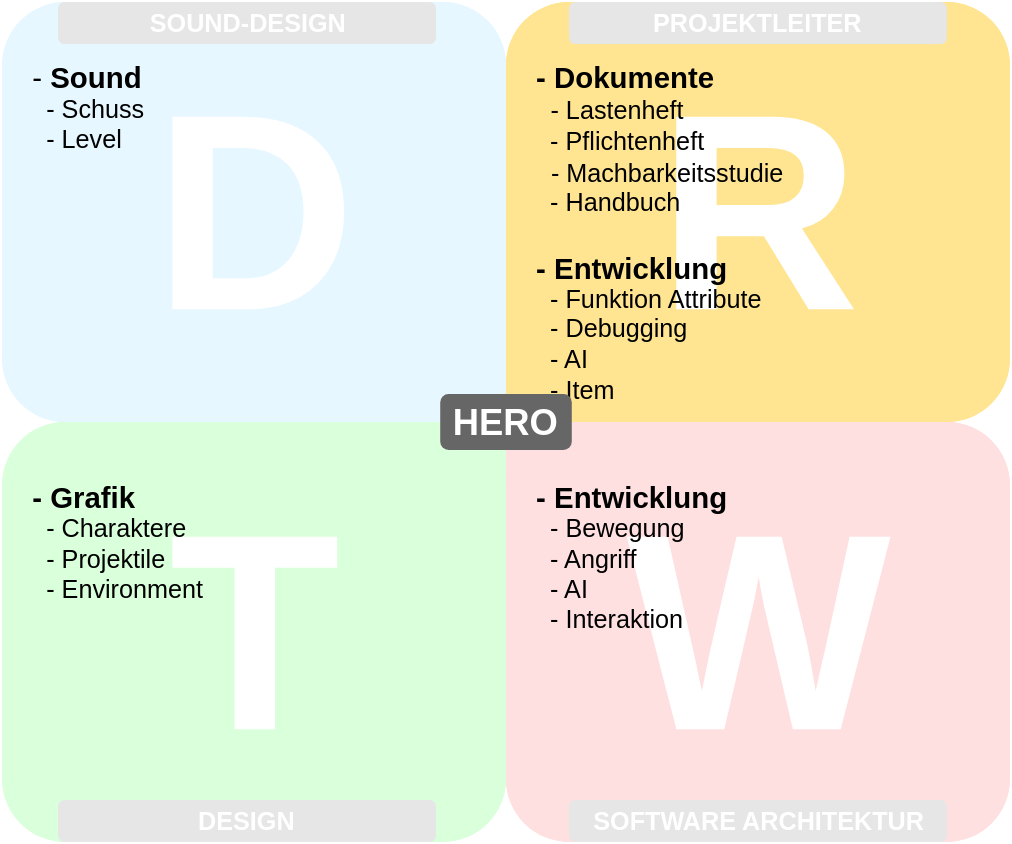
This is Documentation/presentation/imgs/Aufteilung.svg from mreichl-tgm/hero, a draw.io export, as it was before one commit. Source tidied: cells renumbered, new cells last; positions are measured from the earlier drawing's top-left corner, leaving out a move shared by most shapes. The source it was exported from:
```xml
<mxGraphModel background="#ffffff">
  <root>
    <mxCell id="0" style="html=1;" />
    <mxCell id="1" style="html=1;" parent="0" />
    <mxCell id="2" style="whiteSpace=wrap;strokeColor=none;fillColor=#E6F7FF;html=1;" parent="1" vertex="1">
      <mxGeometry x="240" y="240" width="120" height="60" as="geometry" />
    </mxCell>
    <mxCell id="3" style="whiteSpace=wrap;strokeColor=none;fillColor=#FFE591;html=1;" parent="1" vertex="1">
      <mxGeometry x="360" y="240" width="120" height="60" as="geometry" />
    </mxCell>
    <mxCell id="4" style="whiteSpace=wrap;strokeColor=none;fillColor=#D9FFDB;html=1;" parent="1" vertex="1">
      <mxGeometry x="240" y="300" width="120" height="60" as="geometry" />
    </mxCell>
    <mxCell id="5" style="whiteSpace=wrap;strokeColor=none;fillColor=#FFE0E0;html=1;" parent="1" vertex="1">
      <mxGeometry x="360" y="300" width="120" height="60" as="geometry" />
    </mxCell>
    <mxCell id="6" style="rounded=1;whiteSpace=wrap;fillColor=#E6F7FF;strokeColor=none;fontSize=200;fontStyle=1;fontColor=#FFFFFF;html=1;" parent="1" vertex="1">
      <mxGeometry width="360" height="300" as="geometry" />
    </mxCell>
    <mxCell id="7" style="rounded=1;whiteSpace=wrap;fillColor=#FFE591;strokeColor=none;fontSize=200;fontStyle=1;fontColor=#FFFFFF;html=1;" parent="1" vertex="1">
      <mxGeometry x="360" width="360" height="300" as="geometry" />
    </mxCell>
    <mxCell id="8" style="rounded=1;whiteSpace=wrap;fillColor=#D9FFDB;strokeColor=none;fontSize=200;fontStyle=1;fontColor=#FFFFFF;html=1;" parent="1" vertex="1">
      <mxGeometry y="300" width="360" height="300" as="geometry" />
    </mxCell>
    <mxCell id="9" style="rounded=1;whiteSpace=wrap;fillColor=#FFE0E0;strokeColor=none;fontSize=200;fontStyle=1;fontColor=#FFFFFF;html=1;" parent="1" vertex="1">
      <mxGeometry x="360" y="300" width="360" height="300" as="geometry" />
    </mxCell>
    <mxCell id="10" value="- internal strength 1&#10;- internal strength 2&#10;- internal strength 3&#10;- internal strength 4&#10;- internal strength 5&#10;- internal strength 6&#10;- internal strength 7&#10;- internal strength 8&#10;- internal strength 9&#10;- internal strength 10&#10;" style="text;spacingTop=-5;html=1;" parent="1" vertex="1">
      <mxGeometry x="20" y="40" width="320" height="240" as="geometry" />
    </mxCell>
    <mxCell id="11" value="- internal weakness 1&#10;- internal weakness 2&#10;- internal weakness 3&#10;- internal weakness 4&#10;- internal weakness 5&#10;- internal weakness 6&#10;- internal weakness 7&#10;- internal weakness 8&#10;- internal weakness 9&#10;- internal weakness 10&#10;" style="text;spacingTop=-5;html=1;" parent="1" vertex="1">
      <mxGeometry x="380" y="40" width="320" height="242.5" as="geometry" />
    </mxCell>
    <mxCell id="12" value="- external opportunity 1&#10;- external opportunity 2&#10;- external opportunity 3&#10;- external opportunity 4&#10;- external opportunity 5&#10;- external opportunity 6&#10;- external opportunity 7&#10;- external opportunity 8&#10;- external opportunity 9&#10;- external opportunity 10&#10;" style="text;spacingTop=-5;html=1;" parent="1" vertex="1">
      <mxGeometry x="20" y="320" width="320" height="260" as="geometry" />
    </mxCell>
    <mxCell id="13" value="- external threat 1&#10;- external threat 2&#10;- external threat 3&#10;- external threat 4&#10;- external threat 5&#10;- external threat 6&#10;- external threat 7&#10;- external threat 8&#10;- external threat 9&#10;- external threat 10&#10;" style="text;spacingTop=-5;html=1;" parent="1" vertex="1">
      <mxGeometry x="380" y="320" width="320" height="260" as="geometry" />
    </mxCell>
    <mxCell id="14" style="shape=trapezoid;whiteSpace=wrap;rotation=180;strokeColor=none;size=0.10133333333333333;html=1;" parent="1" vertex="1">
      <mxGeometry x="50" width="250" height="20" as="geometry" />
    </mxCell>
    <mxCell id="15" value="STRENGTHS" style="text;spacingTop=-5;align=center;fontStyle=1;fontColor=#ADB9BF;html=1;" parent="1" vertex="1">
      <mxGeometry x="50" width="250" height="20" as="geometry" />
    </mxCell>
    <mxCell id="16" style="shape=trapezoid;whiteSpace=wrap;rotation=180;strokeColor=none;size=0.10133333333333333;html=1;" parent="1" vertex="1">
      <mxGeometry x="415" width="250" height="20" as="geometry" />
    </mxCell>
    <mxCell id="17" value="WEAKNESSES" style="text;spacingTop=-5;align=center;fontStyle=1;fontColor=#C9B573;html=1;" parent="1" vertex="1">
      <mxGeometry x="415" width="250" height="20" as="geometry" />
    </mxCell>
    <mxCell id="18" style="shape=trapezoid;whiteSpace=wrap;rotation=0;strokeColor=none;size=0.10133333333333333;html=1;" parent="1" vertex="1">
      <mxGeometry x="50" y="580" width="250" height="20" as="geometry" />
    </mxCell>
    <mxCell id="19" value="STRENGTHS" style="text;spacingTop=-5;align=center;fontStyle=1;fontColor=#ABC9AD;html=1;" parent="1" vertex="1">
      <mxGeometry x="50" y="580" width="250" height="20" as="geometry" />
    </mxCell>
    <mxCell id="20" style="shape=trapezoid;whiteSpace=wrap;rotation=0;strokeColor=none;size=0.10133333333333333;html=1;" parent="1" vertex="1">
      <mxGeometry x="415" y="580" width="250" height="20" as="geometry" />
    </mxCell>
    <mxCell id="21" value="WEAKNESSES" style="text;spacingTop=-5;align=center;fontStyle=1;fontColor=#C9B1B1;html=1;" parent="1" vertex="1">
      <mxGeometry x="415" y="580" width="250" height="20" as="geometry" />
    </mxCell>
    <mxCell id="22" value="D" style="rounded=1;whiteSpace=wrap;fillColor=#E6F7FF;strokeColor=none;fontSize=200;fontStyle=1;fontColor=#FFFFFF;html=1;" parent="1" vertex="1">
      <mxGeometry width="360" height="300" as="geometry" />
    </mxCell>
    <mxCell id="23" value="R" style="rounded=1;whiteSpace=wrap;fillColor=#FFE591;strokeColor=none;fontSize=200;fontStyle=1;fontColor=#FFFFFF;html=1;" parent="1" vertex="1">
      <mxGeometry x="360" width="360" height="300" as="geometry" />
    </mxCell>
    <mxCell id="24" value="T" style="rounded=1;whiteSpace=wrap;fillColor=#D9FFDB;strokeColor=none;fontSize=200;fontStyle=1;fontColor=#FFFFFF;html=1;" parent="1" vertex="1">
      <mxGeometry y="300" width="360" height="300" as="geometry" />
    </mxCell>
    <mxCell id="25" value="W" style="rounded=1;whiteSpace=wrap;fillColor=#FFE0E0;strokeColor=none;fontSize=200;fontStyle=1;fontColor=#FFFFFF;html=1;" parent="1" vertex="1">
      <mxGeometry x="360" y="300" width="360" height="300" as="geometry" />
    </mxCell>
    <mxCell id="26" value="&lt;font style=&quot;font-size: 21px&quot;&gt;- &lt;b&gt;Sound&lt;/b&gt;&lt;/font&gt;&lt;div&gt;&lt;font size=&quot;4&quot;&gt;&amp;nbsp; - Schuss&lt;/font&gt;&lt;/div&gt;&lt;div&gt;&lt;font size=&quot;4&quot;&gt;&amp;nbsp; - Level&lt;/font&gt;&lt;/div&gt;" style="text;spacingTop=-5;html=1;" parent="1" vertex="1">
      <mxGeometry x="20" y="40" width="320" height="260" as="geometry" />
    </mxCell>
    <mxCell id="27" value="&lt;font style=&quot;font-size: 21px&quot;&gt;&lt;b&gt;- Dokumente&lt;/b&gt;&lt;/font&gt;&lt;div&gt;&lt;font style=&quot;font-size: 19px&quot;&gt;&amp;nbsp;&lt;/font&gt;&lt;font style=&quot;font-size: 18px&quot;&gt; - Lastenheft&lt;/font&gt;&lt;/div&gt;&lt;div&gt;&lt;font style=&quot;font-size: 18px&quot;&gt;&amp;nbsp; - Pflichtenheft&lt;/font&gt;&lt;/div&gt;&lt;div&gt;&lt;font style=&quot;font-size: 19px&quot;&gt;&amp;nbsp; &lt;/font&gt;&lt;font style=&quot;font-size: 18px&quot;&gt;- Machbarkeitsstudie&lt;/font&gt;&lt;/div&gt;&lt;div&gt;&lt;font style=&quot;font-size: 18px&quot;&gt;&amp;nbsp; - Handbuch&lt;/font&gt;&lt;/div&gt;&lt;div&gt;&lt;font style=&quot;font-size: 18px&quot;&gt;&lt;br&gt;&lt;/font&gt;&lt;div&gt;&lt;font style=&quot;font-size: 21px&quot;&gt;&lt;b&gt;- Entwicklung&lt;/b&gt;&lt;/font&gt;&lt;/div&gt;&lt;/div&gt;&lt;div&gt;&lt;font style=&quot;font-size: 18px&quot;&gt;&amp;nbsp; - Funktion Attribute&lt;/font&gt;&lt;/div&gt;&lt;div&gt;&lt;font size=&quot;4&quot;&gt;&amp;nbsp; - Debugging&lt;/font&gt;&lt;/div&gt;&lt;div&gt;&lt;font size=&quot;4&quot;&gt;&amp;nbsp; - AI&lt;/font&gt;&lt;/div&gt;&lt;div&gt;&lt;font size=&quot;4&quot;&gt;&amp;nbsp; - Item&lt;/font&gt;&lt;/div&gt;" style="text;spacingTop=-5;html=1;" parent="1" vertex="1">
      <mxGeometry x="380" y="40" width="320" height="260" as="geometry" />
    </mxCell>
    <mxCell id="28" value="&lt;font style=&quot;font-size: 21px&quot;&gt;&lt;b&gt;- Grafik&lt;/b&gt;&lt;/font&gt;&lt;div&gt;&lt;font size=&quot;4&quot;&gt;&amp;nbsp; - Charaktere&lt;/font&gt;&lt;/div&gt;&lt;div&gt;&lt;font size=&quot;4&quot;&gt;&amp;nbsp; - Projektile&lt;/font&gt;&lt;/div&gt;&lt;div&gt;&lt;font size=&quot;4&quot;&gt;&amp;nbsp; - Environment&lt;/font&gt;&lt;/div&gt;" style="text;spacingTop=-5;html=1;" parent="1" vertex="1">
      <mxGeometry x="20" y="340" width="320" height="260" as="geometry" />
    </mxCell>
    <mxCell id="29" value="&lt;font style=&quot;font-size: 21px&quot;&gt;&lt;b&gt;- Entwicklung&lt;/b&gt;&lt;/font&gt;&lt;div&gt;&lt;font size=&quot;4&quot;&gt;&amp;nbsp; - Bewegung&lt;/font&gt;&lt;/div&gt;&lt;div&gt;&lt;font size=&quot;4&quot;&gt;&amp;nbsp; - Angriff&lt;/font&gt;&lt;/div&gt;&lt;div&gt;&lt;font size=&quot;4&quot;&gt;&amp;nbsp; - AI&lt;/font&gt;&lt;/div&gt;&lt;div&gt;&lt;font size=&quot;4&quot;&gt;&amp;nbsp; - Interaktion&lt;/font&gt;&lt;/div&gt;" style="text;spacingTop=-5;html=1;" parent="1" vertex="1">
      <mxGeometry x="380" y="340" width="320" height="260" as="geometry" />
    </mxCell>
    <mxCell id="30" value="SOFTWARE ARCHITEKTUR" style="rounded=1;whiteSpace=wrap;fillColor=#E6E6E6;strokeColor=none;fontStyle=1;fontSize=18;fontColor=#FFFFFF;html=1;" parent="1" vertex="1">
      <mxGeometry x="405" y="570" width="270" height="30" as="geometry" />
    </mxCell>
    <mxCell id="31" value="DESIGN" style="rounded=1;whiteSpace=wrap;fillColor=#E6E6E6;strokeColor=none;fontStyle=1;fontSize=18;fontColor=#FFFFFF;html=1;" parent="1" vertex="1">
      <mxGeometry x="40" y="570" width="270" height="30" as="geometry" />
    </mxCell>
    <mxCell id="32" value="&lt;font style=&quot;font-size: 26px&quot;&gt;HERO&lt;/font&gt;" style="rounded=1;whiteSpace=wrap;fillColor=#666666;strokeColor=none;fontStyle=1;fontSize=18;fontColor=#FFFFFF;html=1;" parent="1" vertex="1">
      <mxGeometry x="313" y="280" width="94" height="40" as="geometry" />
    </mxCell>
    <mxCell id="33" value="PROJEKTLEITER" style="rounded=1;whiteSpace=wrap;fillColor=#E6E6E6;strokeColor=none;fontStyle=1;fontSize=18;fontColor=#FFFFFF;html=1;" parent="1" vertex="1">
      <mxGeometry x="405" width="270" height="30" as="geometry" />
    </mxCell>
    <mxCell id="34" value="SOUND-DESIGN" style="rounded=1;whiteSpace=wrap;fillColor=#E6E6E6;strokeColor=none;fontStyle=1;fontSize=18;fontColor=#FFFFFF;html=1;" parent="1" vertex="1">
      <mxGeometry x="40" width="270" height="30" as="geometry" />
    </mxCell>
  </root>
</mxGraphModel>
```
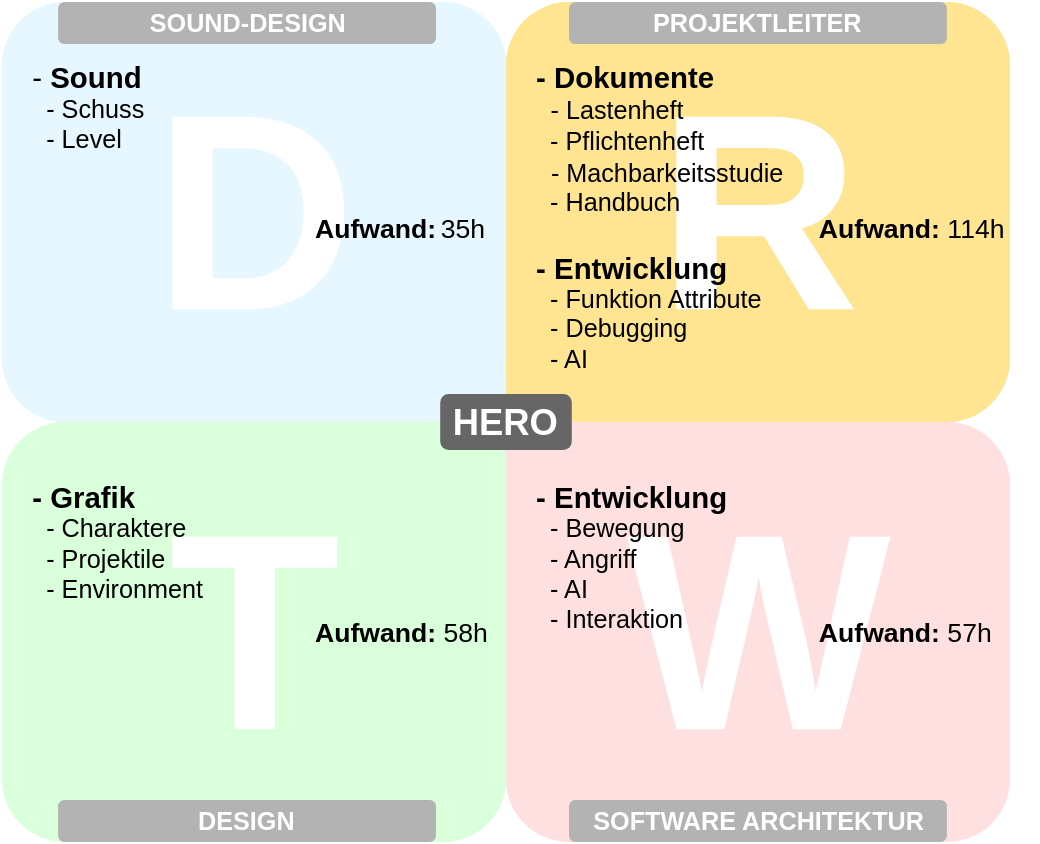
Above is the later version.

Diff of the diagram source:
```diff
@@ -77,7 +77,7 @@
     <mxCell id="26" value="&lt;font style=&quot;font-size: 21px&quot;&gt;- &lt;b&gt;Sound&lt;/b&gt;&lt;/font&gt;&lt;div&gt;&lt;font size=&quot;4&quot;&gt;&amp;nbsp; - Schuss&lt;/font&gt;&lt;/div&gt;&lt;div&gt;&lt;font size=&quot;4&quot;&gt;&amp;nbsp; - Level&lt;/font&gt;&lt;/div&gt;" style="text;spacingTop=-5;html=1;" parent="1" vertex="1">
       <mxGeometry x="20" y="40" width="320" height="260" as="geometry" />
     </mxCell>
-    <mxCell id="27" value="&lt;font style=&quot;font-size: 21px&quot;&gt;&lt;b&gt;- Dokumente&lt;/b&gt;&lt;/font&gt;&lt;div&gt;&lt;font style=&quot;font-size: 19px&quot;&gt;&amp;nbsp;&lt;/font&gt;&lt;font style=&quot;font-size: 18px&quot;&gt; - Lastenheft&lt;/font&gt;&lt;/div&gt;&lt;div&gt;&lt;font style=&quot;font-size: 18px&quot;&gt;&amp;nbsp; - Pflichtenheft&lt;/font&gt;&lt;/div&gt;&lt;div&gt;&lt;font style=&quot;font-size: 19px&quot;&gt;&amp;nbsp; &lt;/font&gt;&lt;font style=&quot;font-size: 18px&quot;&gt;- Machbarkeitsstudie&lt;/font&gt;&lt;/div&gt;&lt;div&gt;&lt;font style=&quot;font-size: 18px&quot;&gt;&amp;nbsp; - Handbuch&lt;/font&gt;&lt;/div&gt;&lt;div&gt;&lt;font style=&quot;font-size: 18px&quot;&gt;&lt;br&gt;&lt;/font&gt;&lt;div&gt;&lt;font style=&quot;font-size: 21px&quot;&gt;&lt;b&gt;- Entwicklung&lt;/b&gt;&lt;/font&gt;&lt;/div&gt;&lt;/div&gt;&lt;div&gt;&lt;font style=&quot;font-size: 18px&quot;&gt;&amp;nbsp; - Funktion Attribute&lt;/font&gt;&lt;/div&gt;&lt;div&gt;&lt;font size=&quot;4&quot;&gt;&amp;nbsp; - Debugging&lt;/font&gt;&lt;/div&gt;&lt;div&gt;&lt;font size=&quot;4&quot;&gt;&amp;nbsp; - AI&lt;/font&gt;&lt;/div&gt;&lt;div&gt;&lt;font size=&quot;4&quot;&gt;&amp;nbsp; - Item&lt;/font&gt;&lt;/div&gt;" style="text;spacingTop=-5;html=1;" parent="1" vertex="1">
+    <mxCell id="27" value="&lt;font style=&quot;font-size: 21px&quot;&gt;&lt;b&gt;- Dokumente&lt;/b&gt;&lt;/font&gt;&lt;div&gt;&lt;font style=&quot;font-size: 19px&quot;&gt;&amp;nbsp;&lt;/font&gt;&lt;font style=&quot;font-size: 18px&quot;&gt; - Lastenheft&lt;/font&gt;&lt;/div&gt;&lt;div&gt;&lt;font style=&quot;font-size: 18px&quot;&gt;&amp;nbsp; - Pflichtenheft&lt;/font&gt;&lt;/div&gt;&lt;div&gt;&lt;font style=&quot;font-size: 19px&quot;&gt;&amp;nbsp; &lt;/font&gt;&lt;font style=&quot;font-size: 18px&quot;&gt;- Machbarkeitsstudie&lt;/font&gt;&lt;/div&gt;&lt;div&gt;&lt;font style=&quot;font-size: 18px&quot;&gt;&amp;nbsp; - Handbuch&lt;/font&gt;&lt;/div&gt;&lt;div&gt;&lt;font style=&quot;font-size: 18px&quot;&gt;&lt;br&gt;&lt;/font&gt;&lt;div&gt;&lt;font style=&quot;font-size: 21px&quot;&gt;&lt;b&gt;- Entwicklung&lt;/b&gt;&lt;/font&gt;&lt;/div&gt;&lt;/div&gt;&lt;div&gt;&lt;font style=&quot;font-size: 18px&quot;&gt;&amp;nbsp; - Funktion Attribute&lt;/font&gt;&lt;/div&gt;&lt;div&gt;&lt;font size=&quot;4&quot;&gt;&amp;nbsp; - Debugging&lt;/font&gt;&lt;/div&gt;&lt;div&gt;&lt;font size=&quot;4&quot;&gt;&amp;nbsp; - AI&lt;/font&gt;&lt;/div&gt;" style="text;spacingTop=-5;html=1;" parent="1" vertex="1">
       <mxGeometry x="380" y="40" width="320" height="260" as="geometry" />
     </mxCell>
     <mxCell id="28" value="&lt;font style=&quot;font-size: 21px&quot;&gt;&lt;b&gt;- Grafik&lt;/b&gt;&lt;/font&gt;&lt;div&gt;&lt;font size=&quot;4&quot;&gt;&amp;nbsp; - Charaktere&lt;/font&gt;&lt;/div&gt;&lt;div&gt;&lt;font size=&quot;4&quot;&gt;&amp;nbsp; - Projektile&lt;/font&gt;&lt;/div&gt;&lt;div&gt;&lt;font size=&quot;4&quot;&gt;&amp;nbsp; - Environment&lt;/font&gt;&lt;/div&gt;" style="text;spacingTop=-5;html=1;" parent="1" vertex="1">
@@ -86,20 +86,32 @@
     <mxCell id="29" value="&lt;font style=&quot;font-size: 21px&quot;&gt;&lt;b&gt;- Entwicklung&lt;/b&gt;&lt;/font&gt;&lt;div&gt;&lt;font size=&quot;4&quot;&gt;&amp;nbsp; - Bewegung&lt;/font&gt;&lt;/div&gt;&lt;div&gt;&lt;font size=&quot;4&quot;&gt;&amp;nbsp; - Angriff&lt;/font&gt;&lt;/div&gt;&lt;div&gt;&lt;font size=&quot;4&quot;&gt;&amp;nbsp; - AI&lt;/font&gt;&lt;/div&gt;&lt;div&gt;&lt;font size=&quot;4&quot;&gt;&amp;nbsp; - Interaktion&lt;/font&gt;&lt;/div&gt;" style="text;spacingTop=-5;html=1;" parent="1" vertex="1">
       <mxGeometry x="380" y="340" width="320" height="260" as="geometry" />
     </mxCell>
-    <mxCell id="30" value="SOFTWARE ARCHITEKTUR" style="rounded=1;whiteSpace=wrap;fillColor=#E6E6E6;strokeColor=none;fontStyle=1;fontSize=18;fontColor=#FFFFFF;html=1;" parent="1" vertex="1">
+    <mxCell id="30" value="SOFTWARE ARCHITEKTUR" style="rounded=1;whiteSpace=wrap;fillColor=#B3B3B3;strokeColor=none;fontStyle=1;fontSize=18;fontColor=#FFFFFF;html=1;" parent="1" vertex="1">
       <mxGeometry x="405" y="570" width="270" height="30" as="geometry" />
     </mxCell>
-    <mxCell id="31" value="DESIGN" style="rounded=1;whiteSpace=wrap;fillColor=#E6E6E6;strokeColor=none;fontStyle=1;fontSize=18;fontColor=#FFFFFF;html=1;" parent="1" vertex="1">
+    <mxCell id="31" value="DESIGN" style="rounded=1;whiteSpace=wrap;fillColor=#B3B3B3;strokeColor=none;fontStyle=1;fontSize=18;fontColor=#FFFFFF;html=1;" parent="1" vertex="1">
       <mxGeometry x="40" y="570" width="270" height="30" as="geometry" />
     </mxCell>
     <mxCell id="32" value="&lt;font style=&quot;font-size: 26px&quot;&gt;HERO&lt;/font&gt;" style="rounded=1;whiteSpace=wrap;fillColor=#666666;strokeColor=none;fontStyle=1;fontSize=18;fontColor=#FFFFFF;html=1;" parent="1" vertex="1">
       <mxGeometry x="313" y="280" width="94" height="40" as="geometry" />
     </mxCell>
-    <mxCell id="33" value="PROJEKTLEITER" style="rounded=1;whiteSpace=wrap;fillColor=#E6E6E6;strokeColor=none;fontStyle=1;fontSize=18;fontColor=#FFFFFF;html=1;" parent="1" vertex="1">
+    <mxCell id="33" value="PROJEKTLEITER" style="rounded=1;whiteSpace=wrap;fillColor=#B3B3B3;strokeColor=none;fontStyle=1;fontSize=18;fontColor=#FFFFFF;html=1;" parent="1" vertex="1">
       <mxGeometry x="405" width="270" height="30" as="geometry" />
     </mxCell>
-    <mxCell id="34" value="SOUND-DESIGN" style="rounded=1;whiteSpace=wrap;fillColor=#E6E6E6;strokeColor=none;fontStyle=1;fontSize=18;fontColor=#FFFFFF;html=1;" parent="1" vertex="1">
+    <mxCell id="34" value="SOUND-DESIGN" style="rounded=1;whiteSpace=wrap;fillColor=#B3B3B3;strokeColor=none;fontStyle=1;fontSize=18;fontColor=#FFFFFF;html=1;" parent="1" vertex="1">
       <mxGeometry x="40" width="270" height="30" as="geometry" />
     </mxCell>
+    <mxCell id="35" value="&lt;div style=&quot;text-align: left&quot;&gt;&lt;span style=&quot;font-size: 19px&quot;&gt;&lt;b&gt;Aufwand:&lt;/b&gt; 114h&lt;/span&gt;&lt;/div&gt;" style="text;html=1;strokeColor=none;fillColor=none;align=left;verticalAlign=middle;whiteSpace=wrap;" parent="1" vertex="1">
+      <mxGeometry x="582" y="122" width="158" height="79" as="geometry" />
+    </mxCell>
+    <mxCell id="36" value="&lt;div&gt;&lt;b style=&quot;font-size: 19px&quot;&gt;Aufwand:&lt;/b&gt; &lt;font style=&quot;font-size: 19px&quot;&gt;35h&lt;/font&gt;&lt;/div&gt;" style="text;html=1;strokeColor=none;fillColor=none;align=left;verticalAlign=middle;whiteSpace=wrap;" parent="1" vertex="1">
+      <mxGeometry x="222" y="122" width="158" height="79" as="geometry" />
+    </mxCell>
+    <mxCell id="37" value="&lt;div style=&quot;text-align: left&quot;&gt;&lt;span style=&quot;font-size: 19px&quot;&gt;&lt;b&gt;Aufwand:&lt;/b&gt; 58h&lt;/span&gt;&lt;/div&gt;" style="text;html=1;strokeColor=none;fillColor=none;align=left;verticalAlign=middle;whiteSpace=wrap;" parent="1" vertex="1">
+      <mxGeometry x="222" y="411" width="158" height="79" as="geometry" />
+    </mxCell>
+    <mxCell id="38" value="&lt;div style=&quot;text-align: left&quot;&gt;&lt;span style=&quot;font-size: 19px&quot;&gt;&lt;b&gt;Aufwand:&lt;/b&gt; 57h&lt;/span&gt;&lt;/div&gt;" style="text;html=1;strokeColor=none;fillColor=none;align=left;verticalAlign=middle;whiteSpace=wrap;" parent="1" vertex="1">
+      <mxGeometry x="582" y="411" width="158" height="79" as="geometry" />
+    </mxCell>
   </root>
 </mxGraphModel>
```
